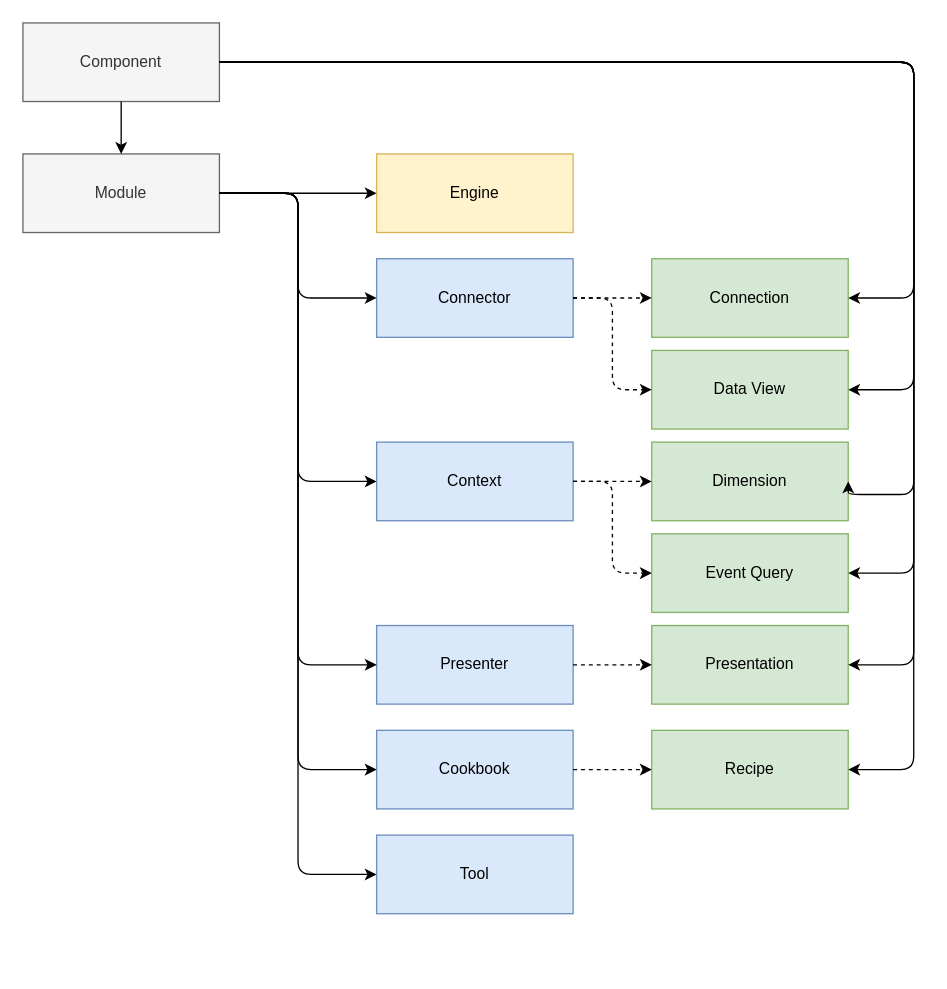
This is schematic.drawio from dpuse/dpuse-shared, a draw.io file, before an edit. Source tidied: cells renumbered, new cells numbered last; positions are measured from the earlier drawing's top-left corner, leaving out a move shared by most shapes. Both pictures are drawn from the tidied source at 131%, with x=0, y=0 at pixel (22, 22).
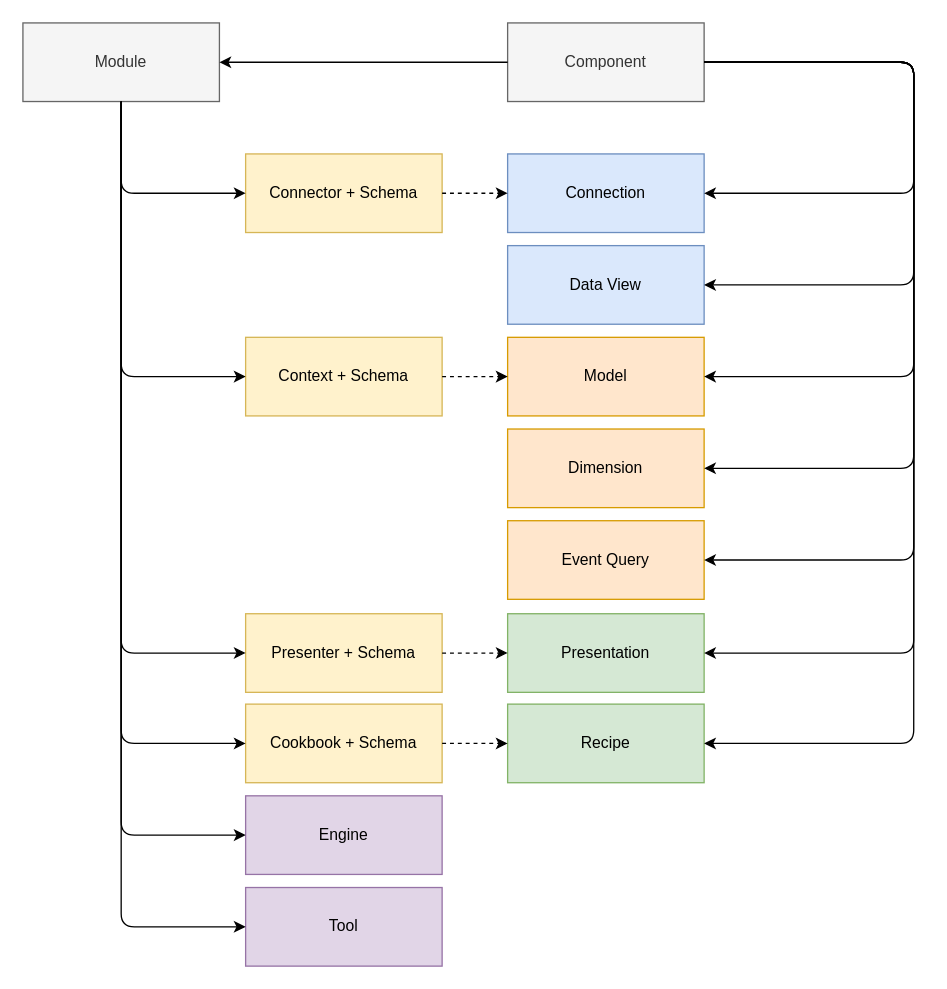
After the change.

Diff of the diagram source:
```diff
@@
     <mxCell id="2" value="Component" style="rounded=0;whiteSpace=wrap;html=1;fillColor=#f5f5f5;strokeColor=#666666;fontColor=#333333;" parent="1" vertex="1">
-      <mxGeometry width="150" height="60" as="geometry" />
+      <mxGeometry x="370" width="150" height="60" as="geometry" />
     </mxCell>
-    <mxCell id="3" value="Engine" style="rounded=0;whiteSpace=wrap;html=1;fillColor=#fff2cc;strokeColor=#d6b656;" parent="1" vertex="1">
-      <mxGeometry x="270" y="100" width="150" height="60" as="geometry" />
+    <mxCell id="3" value="Engine" style="rounded=0;whiteSpace=wrap;html=1;fillColor=#e1d5e7;strokeColor=#9673a6;" parent="1" vertex="1">
+      <mxGeometry x="170" y="590" width="150" height="60" as="geometry" />
     </mxCell>
-    <mxCell id="4" value="Connection" style="rounded=0;whiteSpace=wrap;html=1;fillColor=#d5e8d4;strokeColor=#82b366;" parent="1" vertex="1">
-      <mxGeometry x="480" y="180" width="150" height="60" as="geometry" />
+    <mxCell id="4" value="Connection" style="rounded=0;whiteSpace=wrap;html=1;fillColor=#dae8fc;strokeColor=#6c8ebf;" parent="1" vertex="1">
+      <mxGeometry x="370" y="100" width="150" height="60" as="geometry" />
     </mxCell>
-    <mxCell id="5" value="Context" style="rounded=0;whiteSpace=wrap;html=1;fillColor=#dae8fc;strokeColor=#6c8ebf;" parent="1" vertex="1">
-      <mxGeometry x="270" y="320" width="150" height="60" as="geometry" />
+    <mxCell id="5" value="Context + Schema" style="rounded=0;whiteSpace=wrap;html=1;fillColor=#fff2cc;strokeColor=#d6b656;" parent="1" vertex="1">
+      <mxGeometry x="170" y="240" width="150" height="60" as="geometry" />
     </mxCell>
-    <mxCell id="6" value="Cookbook" style="rounded=0;whiteSpace=wrap;html=1;fillColor=#dae8fc;strokeColor=#6c8ebf;" parent="1" vertex="1">
-      <mxGeometry x="270" y="540" width="150" height="60" as="geometry" />
+    <mxCell id="6" value="Cookbook + Schema" style="rounded=0;whiteSpace=wrap;html=1;fillColor=#fff2cc;strokeColor=#d6b656;" parent="1" vertex="1">
+      <mxGeometry x="170" y="520" width="150" height="60" as="geometry" />
     </mxCell>
     <mxCell id="7" value="Module" style="rounded=0;whiteSpace=wrap;html=1;fillColor=#f5f5f5;strokeColor=#666666;fontColor=#333333;" parent="1" vertex="1">
-      <mxGeometry y="100" width="150" height="60" as="geometry" />
+      <mxGeometry width="150" height="60" as="geometry" />
     </mxCell>
-    <mxCell id="8" value="Presenter" style="rounded=0;whiteSpace=wrap;html=1;fillColor=#dae8fc;strokeColor=#6c8ebf;" parent="1" vertex="1">
-      <mxGeometry x="270" y="460" width="150" height="60" as="geometry" />
+    <mxCell id="8" value="Presenter + Schema" style="rounded=0;whiteSpace=wrap;html=1;fillColor=#fff2cc;strokeColor=#d6b656;" parent="1" vertex="1">
+      <mxGeometry x="170" y="451" width="150" height="60" as="geometry" />
     </mxCell>
-    <mxCell id="9" value="Connector" style="rounded=0;whiteSpace=wrap;html=1;fillColor=#dae8fc;strokeColor=#6c8ebf;" parent="1" vertex="1">
-      <mxGeometry x="270" y="180" width="150" height="60" as="geometry" />
+    <mxCell id="9" value="Connector + Schema" style="rounded=0;whiteSpace=wrap;html=1;fillColor=#fff2cc;strokeColor=#d6b656;" parent="1" vertex="1">
+      <mxGeometry x="170" y="100" width="150" height="60" as="geometry" />
     </mxCell>
     <mxCell id="10" style="endArrow=classic;startArrow=none;html=1;exitX=1;exitY=0.5;exitDx=0;exitDy=0;entryX=1;entryY=0.5;entryDx=0;entryDy=0;startFill=0;edgeStyle=orthogonalEdgeStyle;" parent="1" edge="1" source="2" target="4">
       <mxGeometry relative="1" as="geometry">
         <Array as="points">
           <mxPoint x="680" y="30" />
-          <mxPoint x="680" y="210" />
+          <mxPoint x="680" y="130" />
         </Array>
       </mxGeometry>
     </mxCell>
-    <mxCell id="11" style="endArrow=classic;startArrow=none;html=1;exitX=0.5;exitY=1;exitDx=0;exitDy=0;entryX=0.5;entryY=0;entryDx=0;entryDy=0;startFill=0;" parent="1" edge="1" source="2" target="7">
+    <mxCell id="11" style="endArrow=classic;startArrow=none;html=1;exitX=0;exitY=0.5;exitDx=0;exitDy=0;entryX=1;entryY=0.5;entryDx=0;entryDy=0;startFill=0;edgeStyle=orthogonalEdgeStyle;" parent="1" edge="1" source="2" target="7">
       <mxGeometry relative="1" as="geometry" />
     </mxCell>
-    <mxCell id="12" style="endArrow=classic;startArrow=none;html=1;exitX=1;exitY=0.5;exitDx=0;exitDy=0;entryX=0;entryY=0.5;entryDx=0;entryDy=0;startFill=0;edgeStyle=orthogonalEdgeStyle;" parent="1" edge="1" source="7" target="3">
+    <mxCell id="12" style="endArrow=classic;startArrow=none;html=1;entryX=0;entryY=0.5;entryDx=0;entryDy=0;startFill=0;edgeStyle=orthogonalEdgeStyle;exitX=0.5;exitY=1;exitDx=0;exitDy=0;" parent="1" edge="1" source="7" target="3">
       <mxGeometry relative="1" as="geometry" />
     </mxCell>
-    <mxCell id="13" style="endArrow=classic;startArrow=none;html=1;exitX=1;exitY=0.5;exitDx=0;exitDy=0;entryX=0;entryY=0.5;entryDx=0;entryDy=0;startFill=0;edgeStyle=orthogonalEdgeStyle;" parent="1" edge="1" source="7" target="5">
+    <mxCell id="13" style="endArrow=classic;startArrow=none;html=1;entryX=0;entryY=0.5;entryDx=0;entryDy=0;startFill=0;edgeStyle=orthogonalEdgeStyle;exitX=0.5;exitY=1;exitDx=0;exitDy=0;" parent="1" edge="1" source="7" target="5">
       <mxGeometry relative="1" as="geometry" />
     </mxCell>
-    <mxCell id="14" style="endArrow=classic;startArrow=none;html=1;exitX=1;exitY=0.5;exitDx=0;exitDy=0;entryX=0;entryY=0.5;entryDx=0;entryDy=0;startFill=0;edgeStyle=orthogonalEdgeStyle;" parent="1" edge="1" source="7" target="6">
+    <mxCell id="14" style="endArrow=classic;startArrow=none;html=1;entryX=0;entryY=0.5;entryDx=0;entryDy=0;startFill=0;edgeStyle=orthogonalEdgeStyle;exitX=0.5;exitY=1;exitDx=0;exitDy=0;" parent="1" edge="1" source="7" target="6">
       <mxGeometry relative="1" as="geometry" />
     </mxCell>
-    <mxCell id="15" style="endArrow=classic;startArrow=none;html=1;exitX=1;exitY=0.5;exitDx=0;exitDy=0;entryX=0;entryY=0.5;entryDx=0;entryDy=0;startFill=0;edgeStyle=orthogonalEdgeStyle;" parent="1" edge="1" source="7" target="8">
+    <mxCell id="15" style="endArrow=classic;startArrow=none;html=1;entryX=0;entryY=0.5;entryDx=0;entryDy=0;startFill=0;edgeStyle=orthogonalEdgeStyle;exitX=0.5;exitY=1;exitDx=0;exitDy=0;" parent="1" edge="1" source="7" target="8">
       <mxGeometry relative="1" as="geometry" />
     </mxCell>
-    <mxCell id="16" style="endArrow=classic;startArrow=none;html=1;exitX=1;exitY=0.5;exitDx=0;exitDy=0;entryX=0;entryY=0.5;entryDx=0;entryDy=0;startFill=0;edgeStyle=orthogonalEdgeStyle;" parent="1" edge="1" source="7" target="9">
+    <mxCell id="16" style="endArrow=classic;startArrow=none;html=1;entryX=0;entryY=0.5;entryDx=0;entryDy=0;startFill=0;edgeStyle=orthogonalEdgeStyle;exitX=0.5;exitY=1;exitDx=0;exitDy=0;" parent="1" edge="1" source="7" target="9">
       <mxGeometry relative="1" as="geometry" />
     </mxCell>
@@
-    <mxCell id="18" value="Data View" style="rounded=0;whiteSpace=wrap;html=1;fillColor=#d5e8d4;strokeColor=#82b366;" parent="1" vertex="1">
-      <mxGeometry x="480" y="250" width="150" height="60" as="geometry" />
+    <mxCell id="18" value="Data View" style="rounded=0;whiteSpace=wrap;html=1;fillColor=#dae8fc;strokeColor=#6c8ebf;" parent="1" vertex="1">
+      <mxGeometry x="370" y="170" width="150" height="60" as="geometry" />
     </mxCell>
     <mxCell id="19" style="endArrow=classic;startArrow=none;html=1;exitX=1;exitY=0.5;exitDx=0;exitDy=0;startFill=0;edgeStyle=orthogonalEdgeStyle;entryX=1;entryY=0.5;entryDx=0;entryDy=0;" parent="1" edge="1" source="2" target="18">
       <mxGeometry relative="1" as="geometry">
         <Array as="points">
           <mxPoint x="680" y="30" />
-          <mxPoint x="680" y="280" />
+          <mxPoint x="680" y="200" />
         </Array>
       </mxGeometry>
     </mxCell>
-    <mxCell id="20" value="Tool" style="rounded=0;whiteSpace=wrap;html=1;fillColor=#dae8fc;strokeColor=#6c8ebf;" parent="1" vertex="1">
-      <mxGeometry x="270" y="620" width="150" height="60" as="geometry" />
+    <mxCell id="20" value="Tool" style="rounded=0;whiteSpace=wrap;html=1;fillColor=#e1d5e7;strokeColor=#9673a6;" parent="1" vertex="1">
+      <mxGeometry x="170" y="660" width="150" height="60" as="geometry" />
     </mxCell>
-    <mxCell id="21" style="endArrow=classic;startArrow=none;html=1;exitX=1;exitY=0.5;exitDx=0;exitDy=0;entryX=0;entryY=0.5;entryDx=0;entryDy=0;startFill=0;edgeStyle=orthogonalEdgeStyle;" parent="1" edge="1" source="7" target="20">
+    <mxCell id="21" style="endArrow=classic;startArrow=none;html=1;entryX=0;entryY=0.5;entryDx=0;entryDy=0;startFill=0;edgeStyle=orthogonalEdgeStyle;exitX=0.5;exitY=1;exitDx=0;exitDy=0;" parent="1" edge="1" source="7" target="20">
       <mxGeometry relative="1" as="geometry" />
     </mxCell>
     <mxCell id="22" value="Presentation" style="rounded=0;whiteSpace=wrap;html=1;fillColor=#d5e8d4;strokeColor=#82b366;" parent="1" vertex="1">
-      <mxGeometry x="480" y="460" width="150" height="60" as="geometry" />
+      <mxGeometry x="370" y="451" width="150" height="60" as="geometry" />
     </mxCell>
     <mxCell id="23" value="Recipe" style="rounded=0;whiteSpace=wrap;html=1;fillColor=#d5e8d4;strokeColor=#82b366;" parent="1" vertex="1">
-      <mxGeometry x="480" y="540" width="150" height="60" as="geometry" />
+      <mxGeometry x="370" y="520" width="150" height="60" as="geometry" />
     </mxCell>
@@
-    <mxCell id="26" value="Event Query" style="rounded=0;whiteSpace=wrap;html=1;fillColor=#d5e8d4;strokeColor=#82b366;" parent="1" vertex="1">
-      <mxGeometry x="480" y="390" width="150" height="60" as="geometry" />
+    <mxCell id="26" value="Event Query" style="rounded=0;whiteSpace=wrap;html=1;fillColor=#ffe6cc;strokeColor=#d79b00;" parent="1" vertex="1">
+      <mxGeometry x="370" y="380" width="150" height="60" as="geometry" />
     </mxCell>
-    <mxCell id="27" value="Dimension" style="rounded=0;whiteSpace=wrap;html=1;fillColor=#d5e8d4;strokeColor=#82b366;" parent="1" vertex="1">
-      <mxGeometry x="480" y="320" width="150" height="60" as="geometry" />
+    <mxCell id="27" value="Model" style="rounded=0;whiteSpace=wrap;html=1;fillColor=#ffe6cc;strokeColor=#d79b00;" parent="1" vertex="1">
+      <mxGeometry x="370" y="240" width="150" height="60" as="geometry" />
     </mxCell>
     <mxCell id="28" style="endArrow=classic;startArrow=none;html=1;exitX=1;exitY=0.5;exitDx=0;exitDy=0;startFill=0;edgeStyle=orthogonalEdgeStyle;entryX=1;entryY=0.5;entryDx=0;entryDy=0;" parent="1" edge="1" source="2" target="27">
       <mxGeometry relative="1" as="geometry">
         <Array as="points">
           <mxPoint x="680" y="30" />
-          <mxPoint x="680" y="360" />
+          <mxPoint x="680" y="270" />
         </Array>
       </mxGeometry>
     </mxCell>
     <mxCell id="29" style="endArrow=classic;startArrow=none;html=1;exitX=1;exitY=0.5;exitDx=0;exitDy=0;startFill=0;edgeStyle=orthogonalEdgeStyle;entryX=1;entryY=0.5;entryDx=0;entryDy=0;" parent="1" edge="1" source="2" target="26">
       <mxGeometry relative="1" as="geometry">
         <Array as="points">
           <mxPoint x="680" y="30" />
-          <mxPoint x="680" y="420" />
+          <mxPoint x="680" y="410" />
         </Array>
       </mxGeometry>
     </mxCell>
     <mxCell id="30" style="endArrow=classic;startArrow=none;html=1;exitX=1;exitY=0.5;exitDx=0;exitDy=0;startFill=0;edgeStyle=orthogonalEdgeStyle;entryX=1;entryY=0.5;entryDx=0;entryDy=0;" parent="1" edge="1" source="2" target="23">
       <mxGeometry relative="1" as="geometry">
         <Array as="points">
           <mxPoint x="680" y="30" />
-          <mxPoint x="680" y="570" />
+          <mxPoint x="680" y="550" />
         </Array>
       </mxGeometry>
     </mxCell>
     <mxCell id="31" style="endArrow=classic;startArrow=none;html=1;exitX=1;exitY=0.5;exitDx=0;exitDy=0;startFill=0;edgeStyle=orthogonalEdgeStyle;entryX=1;entryY=0.5;entryDx=0;entryDy=0;" parent="1" edge="1" source="2" target="22">
       <mxGeometry relative="1" as="geometry">
         <Array as="points">
           <mxPoint x="680" y="30" />
-          <mxPoint x="680" y="490" />
+          <mxPoint x="680" y="481" />
         </Array>
       </mxGeometry>
     </mxCell>
-    <mxCell id="32" style="endArrow=classic;startArrow=none;html=1;entryX=0;entryY=0.5;entryDx=0;entryDy=0;startFill=0;edgeStyle=orthogonalEdgeStyle;dashed=1;exitX=1;exitY=0.5;exitDx=0;exitDy=0;" parent="1" edge="1" source="9" target="18">
-      <mxGeometry relative="1" as="geometry" />
-    </mxCell>
@@
-    <mxCell id="34" style="endArrow=classic;startArrow=none;html=1;entryX=0;entryY=0.5;entryDx=0;entryDy=0;startFill=0;edgeStyle=orthogonalEdgeStyle;dashed=1;exitX=1;exitY=0.5;exitDx=0;exitDy=0;" parent="1" edge="1" source="5" target="26">
-      <mxGeometry relative="1" as="geometry" />
-    </mxCell>
+    <mxCell id="35" value="Dimension" style="rounded=0;whiteSpace=wrap;html=1;fillColor=#ffe6cc;strokeColor=#d79b00;" parent="1" vertex="1">
+      <mxGeometry x="370" y="310" width="150" height="60" as="geometry" />
+    </mxCell>
+    <mxCell id="36" style="endArrow=classic;startArrow=none;html=1;exitX=1;exitY=0.5;exitDx=0;exitDy=0;startFill=0;edgeStyle=orthogonalEdgeStyle;entryX=1;entryY=0.5;entryDx=0;entryDy=0;" parent="1" edge="1" source="2" target="35">
+      <mxGeometry relative="1" as="geometry">
+        <Array as="points">
+          <mxPoint x="680" y="30" />
+          <mxPoint x="680" y="340" />
+        </Array>
+      </mxGeometry>
+    </mxCell>
```
